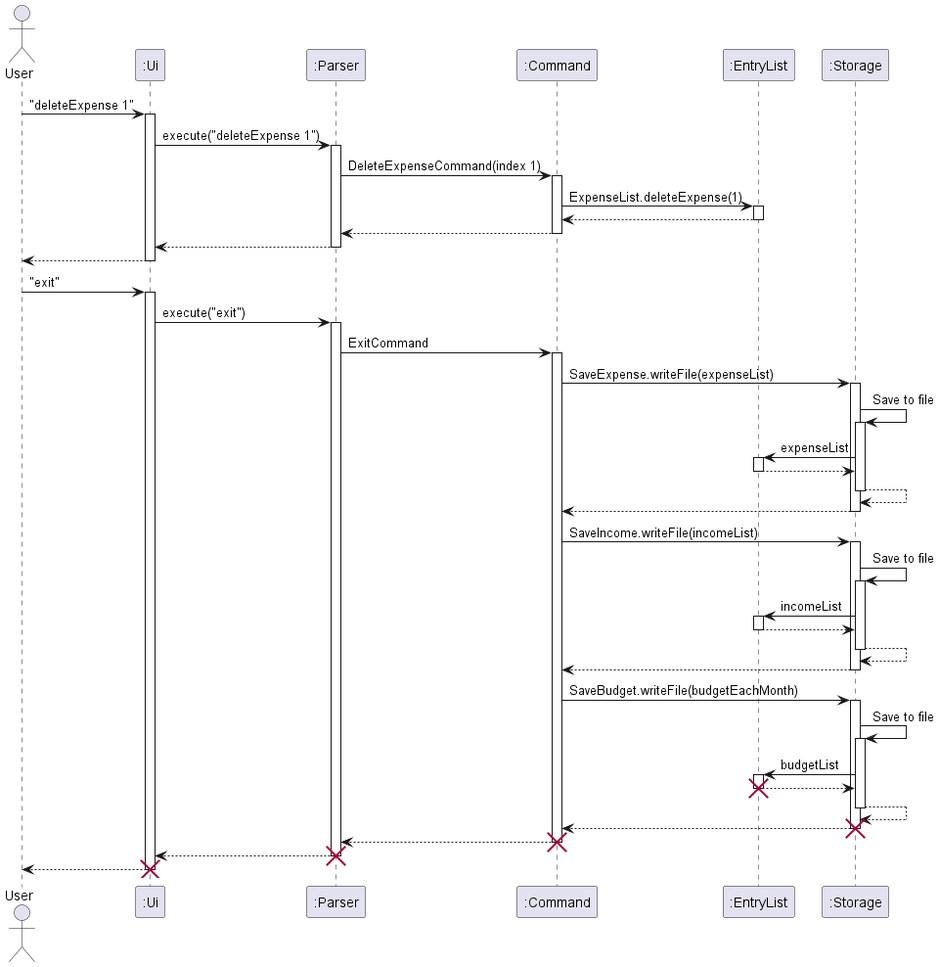
Before: docs/images/ArchitectureSequenceDiagram.png, a diagram exported from PlantUML (nus-cs2113-AY2223S2/tp).
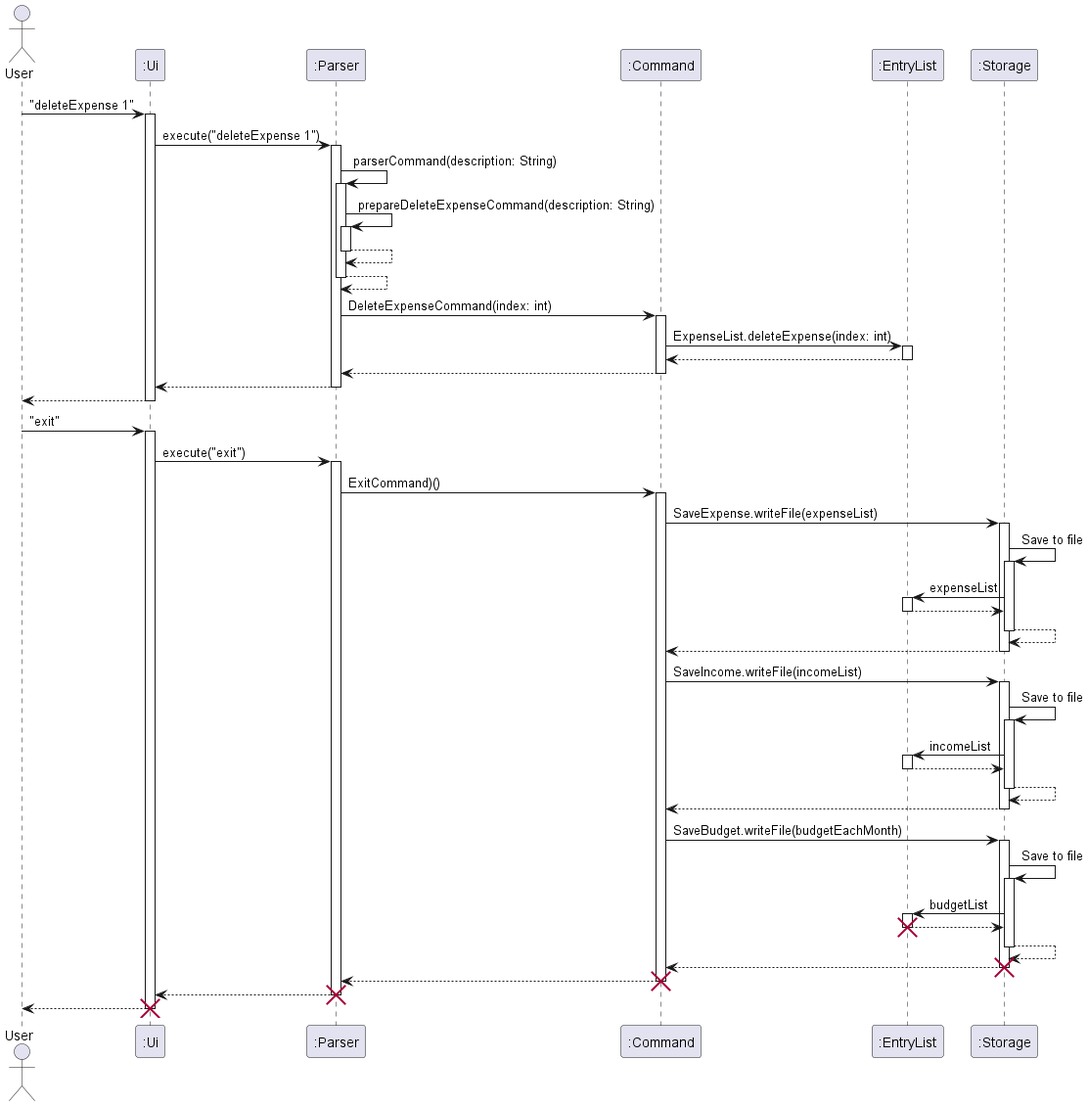
After the commit.

Commit message:
fixed bugs in architecture sequence diagram and added appendix: instructions for manual testing in DG

Change to the diagram source:
```diff
@@ -13,10 +13,22 @@
 ui -> parser : execute("deleteExpense 1")
 activate parser
 
-parser -> command : DeleteExpenseCommand(index 1)
+parser -> parser : parserCommand(description: String)
+activate parser
+
+parser -> parser : prepareDeleteExpenseCommand(description: String)
+activate parser
+
+parser --> parser
+deactivate parser
+
+parser --> parser
+deactivate parser
+
+parser -> command : DeleteExpenseCommand(index: int)
 activate command
 
-command -> entryList : ExpenseList.deleteExpense(1)
+command -> entryList : ExpenseList.deleteExpense(index: int)
 activate entryList
 
 entryList --> command
@@ -37,7 +49,7 @@
 ui -> parser : execute("exit")
 activate parser
 
-parser -> command : ExitCommand
+parser -> command : ExitCommand)()
 activate command
 
 command -> storage : SaveExpense.writeFile(expenseList)
```
